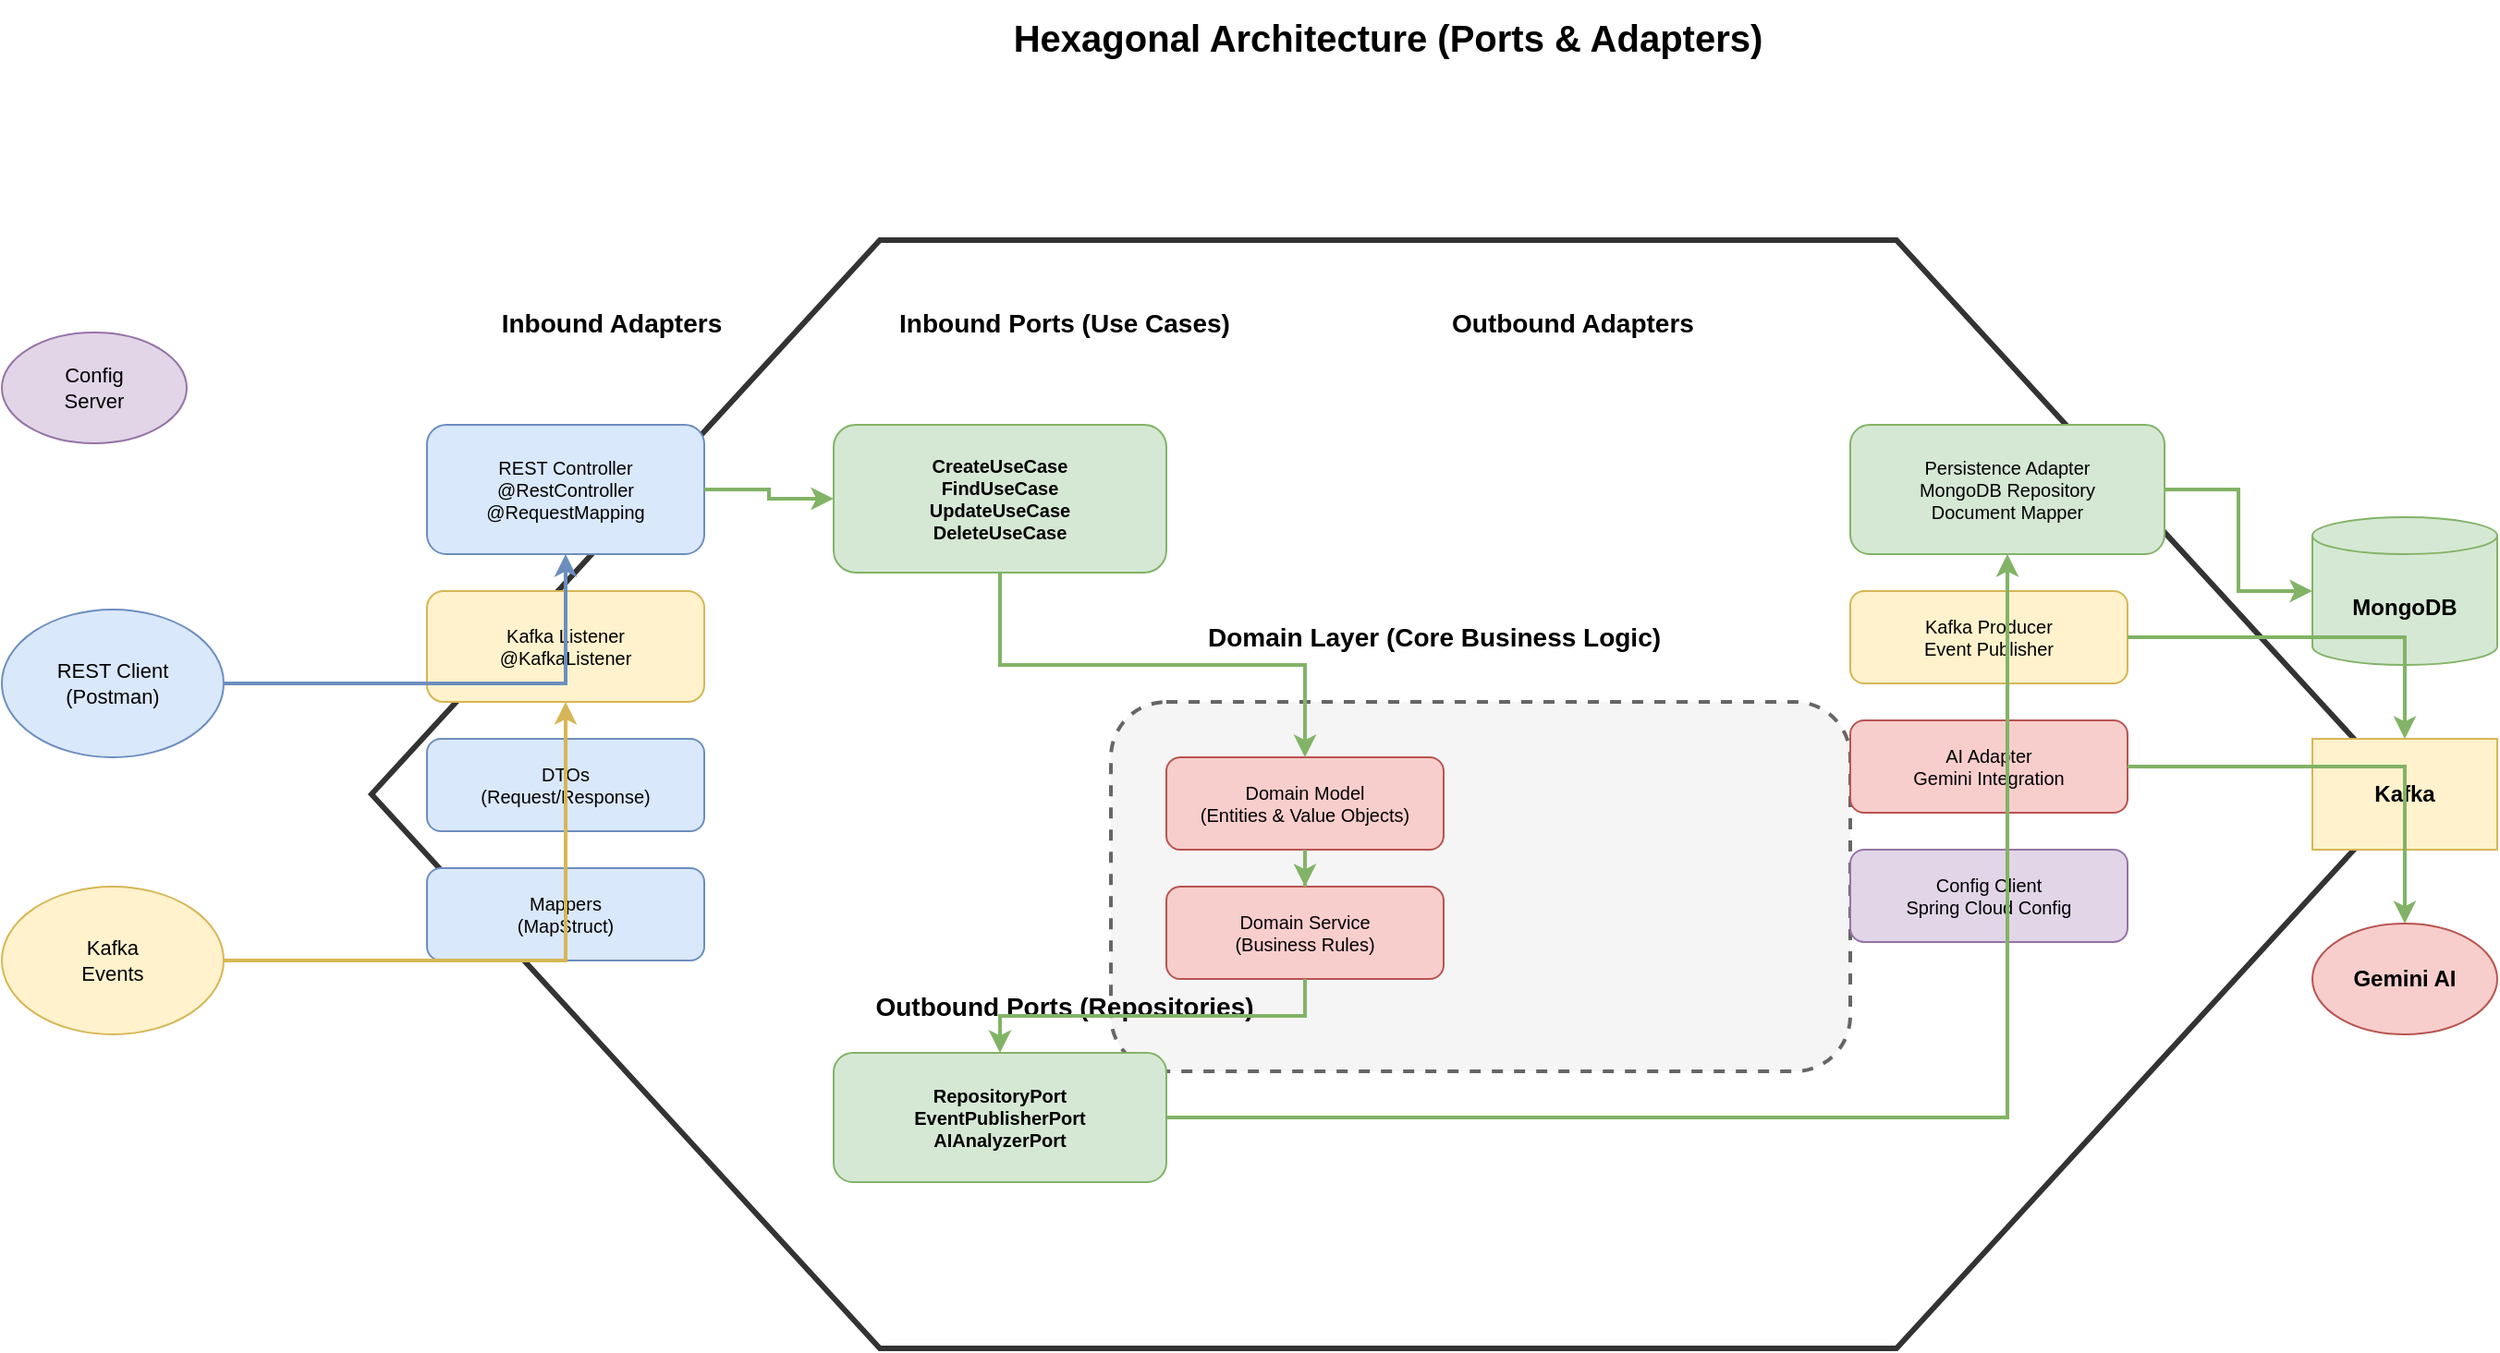
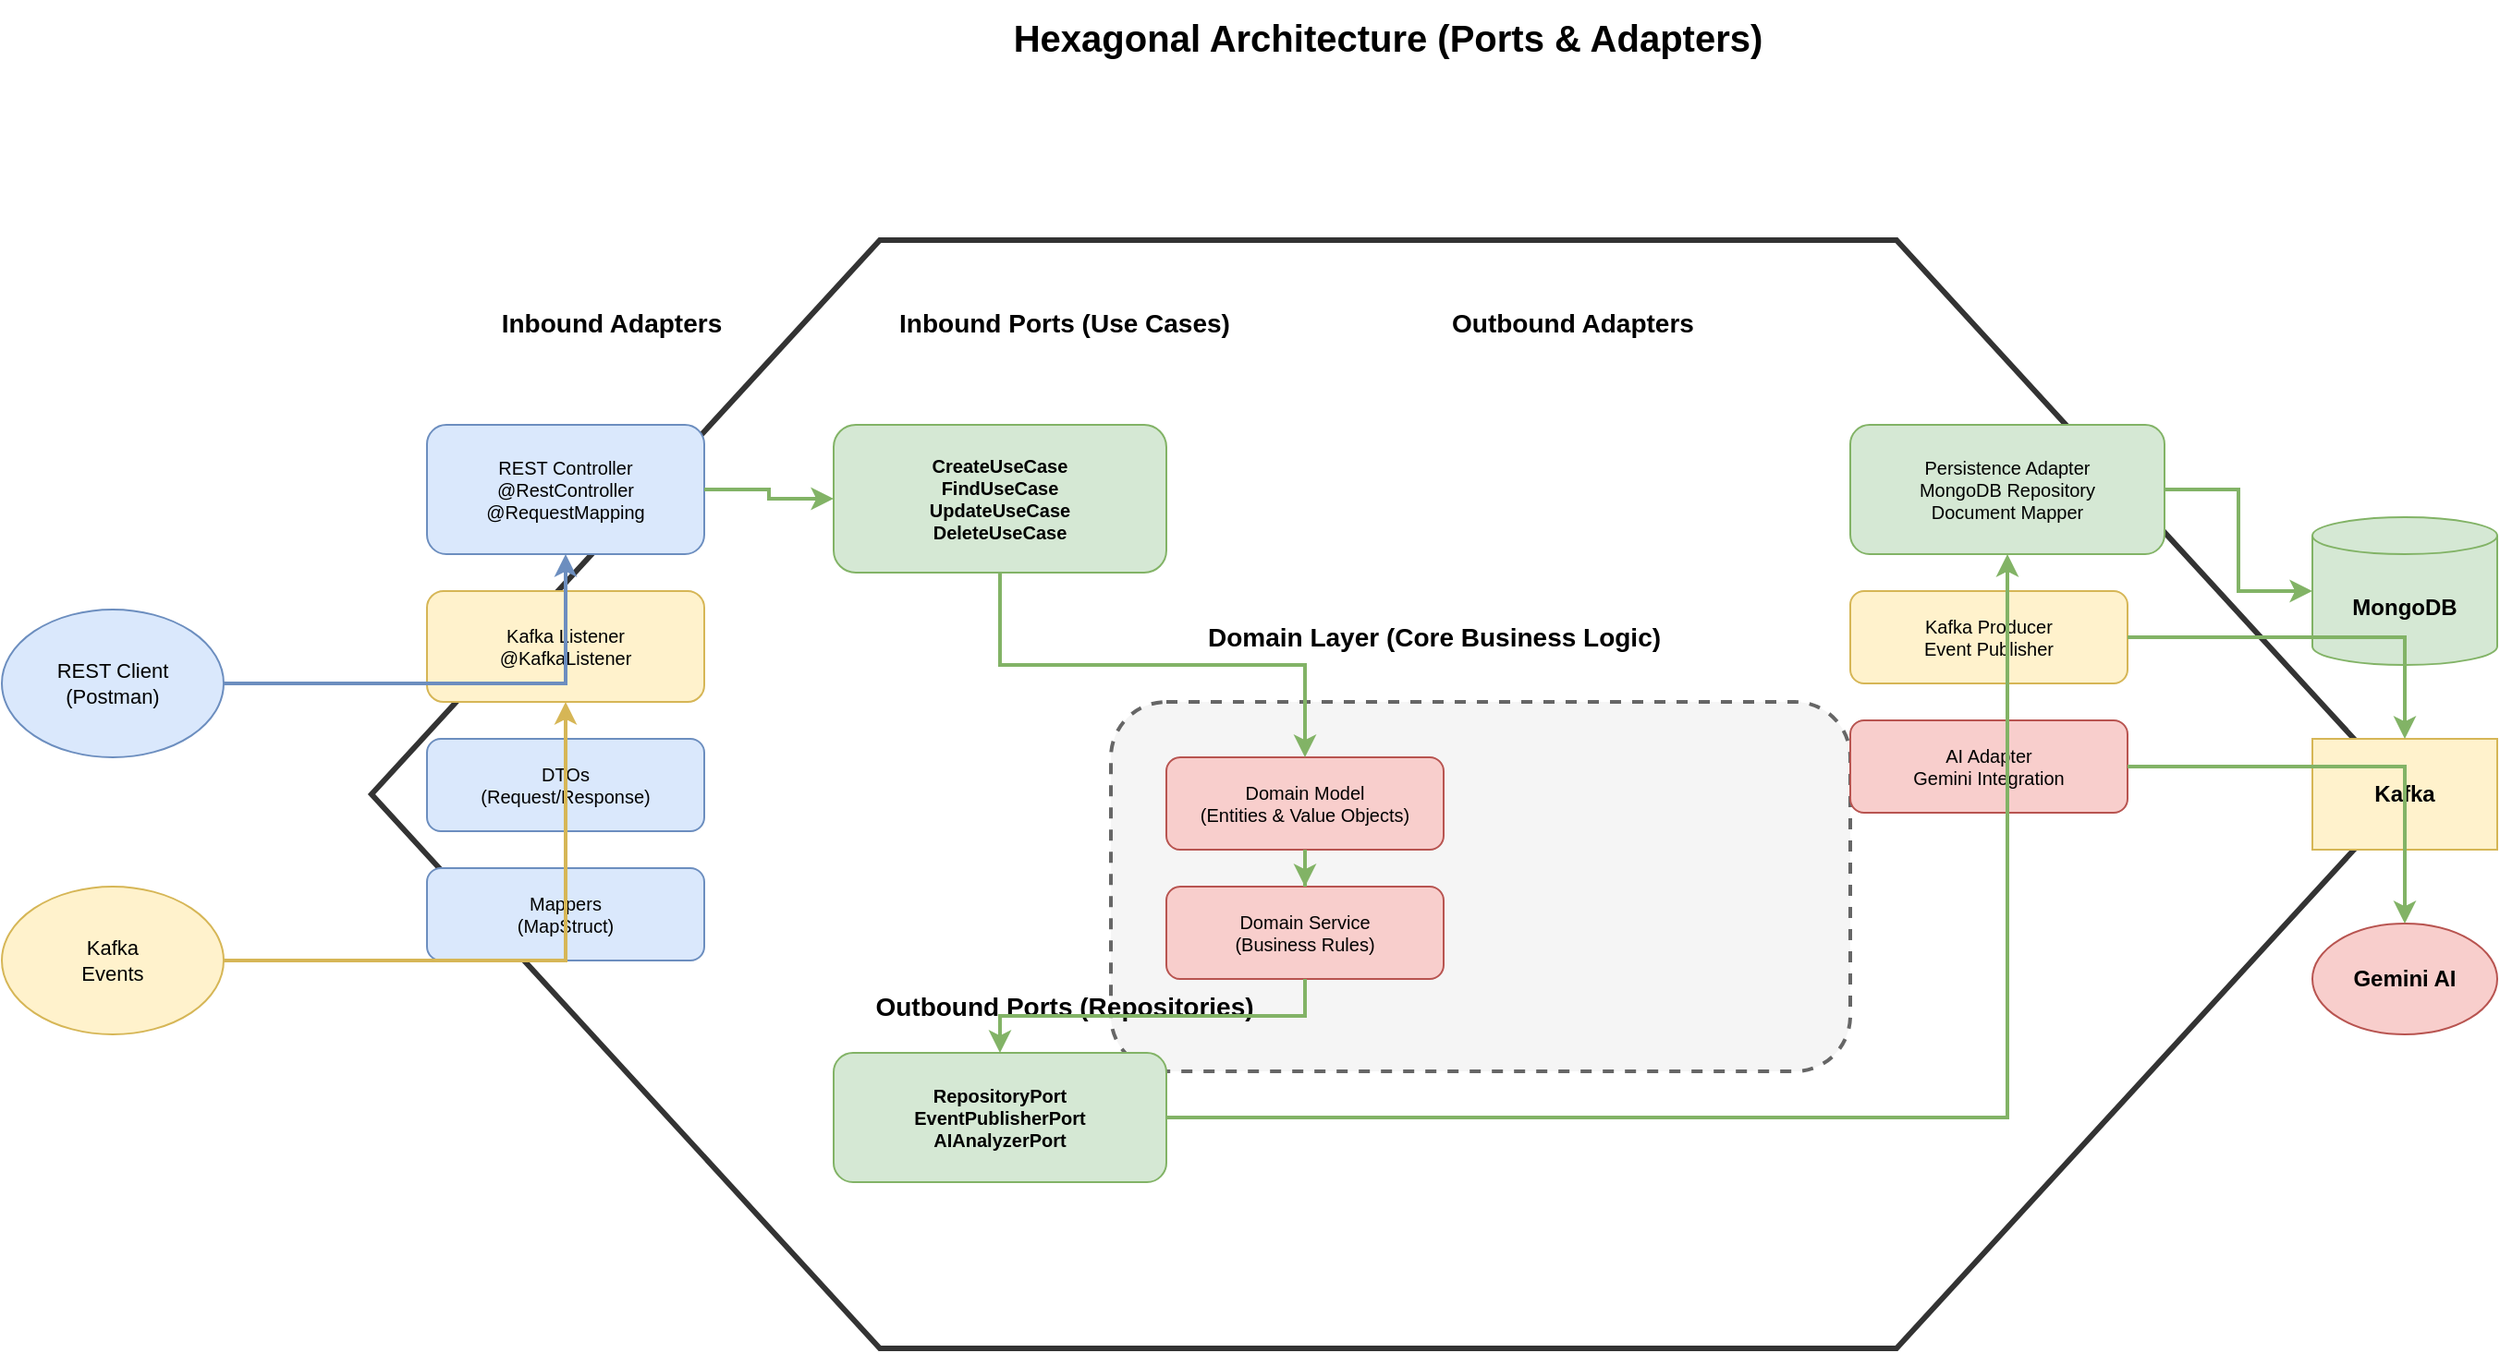
<?xml version="1.0" encoding="UTF-8"?>
<mxfile host="app.diagrams.net" modified="2026-07-03T22:55:00.000Z" agent="5.0" version="21.0.0" type="device">
  <diagram id="hexagonal-architecture" name="Hexagonal Architecture">
    <mxGraphModel dx="1422" dy="762" grid="1" gridSize="10" guides="1" tooltips="1" connect="1" arrows="1" fold="1" page="1" pageScale="1" pageWidth="1600" pageHeight="900" math="0" shadow="0">
      <root>
        <mxCell id="0" />
        <mxCell id="1" parent="0" />

        <!-- Title -->
        <mxCell id="2" value="Hexagonal Architecture (Ports &amp; Adapters)" style="text;html=1;strokeColor=none;fillColor=none;align=center;verticalAlign=middle;whiteSpace=wrap;rounded=0;fontSize=20;fontStyle=1" vertex="1" parent="1">
          <mxGeometry x="400" y="20" width="800" height="40" as="geometry" />
        </mxCell>

        <!-- External Actors -->
        <mxCell id="10" value="REST Client&#xa;(Postman)" style="ellipse;whiteSpace=wrap;html=1;fillColor=#dae8fc;strokeColor=#6c8ebf;fontSize=11" vertex="1" parent="1">
          <mxGeometry x="50" y="350" width="120" height="80" as="geometry" />
        </mxCell>

        <mxCell id="11" value="Kafka&#xa;Events" style="ellipse;whiteSpace=wrap;html=1;fillColor=#fff2cc;strokeColor=#d6b656;fontSize=11" vertex="1" parent="1">
          <mxGeometry x="50" y="500" width="120" height="80" as="geometry" />
-         </mxCell>
- 
-         <mxCell id="12" value="Config&#xa;Server" style="ellipse;whiteSpace=wrap;html=1;fillColor=#e1d5e7;strokeColor=#9673a6;fontSize=11" vertex="1" parent="1">
-           <mxGeometry x="50" y="200" width="100" height="60" as="geometry" />
        </mxCell>

        <!-- Hexagon Container -->
        <mxCell id="20" value="" style="shape=hexagon;perimeter=hexagonPerimeter2;whiteSpace=wrap;html=1;fixedSize=0;fillColor=none;strokeColor=#333333;strokeWidth=3;fontSize=14" vertex="1" parent="1">
          <mxGeometry x="250" y="150" width="1100" height="600" as="geometry" />
        </mxCell>

        <!-- Inbound Adapters -->
        <mxCell id="30" value="Inbound Adapters" style="text;html=1;strokeColor=none;fillColor=none;align=center;verticalAlign=middle;whiteSpace=wrap;rounded=0;fontSize=14;fontStyle=1" vertex="1" parent="1">
          <mxGeometry x="280" y="180" width="200" height="30" as="geometry" />
        </mxCell>

        <mxCell id="31" value="REST Controller&#xa;@RestController&#xa;@RequestMapping" style="rounded=1;whiteSpace=wrap;html=1;fillColor=#dae8fc;strokeColor=#6c8ebf;fontSize=10" vertex="1" parent="1">
          <mxGeometry x="280" y="250" width="150" height="70" as="geometry" />
        </mxCell>

        <mxCell id="32" value="Kafka Listener&#xa;@KafkaListener" style="rounded=1;whiteSpace=wrap;html=1;fillColor=#fff2cc;strokeColor=#d6b656;fontSize=10" vertex="1" parent="1">
          <mxGeometry x="280" y="340" width="150" height="60" as="geometry" />
        </mxCell>

        <mxCell id="33" value="DTOs&#xa;(Request/Response)" style="rounded=1;whiteSpace=wrap;html=1;fillColor=#dae8fc;strokeColor=#6c8ebf;fontSize=10" vertex="1" parent="1">
          <mxGeometry x="280" y="420" width="150" height="50" as="geometry" />
        </mxCell>

        <mxCell id="34" value="Mappers&#xa;(MapStruct)" style="rounded=1;whiteSpace=wrap;html=1;fillColor=#dae8fc;strokeColor=#6c8ebf;fontSize=10" vertex="1" parent="1">
          <mxGeometry x="280" y="490" width="150" height="50" as="geometry" />
        </mxCell>

        <!-- Inbound Ports -->
        <mxCell id="40" value="Inbound Ports (Use Cases)" style="text;html=1;strokeColor=none;fillColor=none;align=center;verticalAlign=middle;whiteSpace=wrap;rounded=0;fontSize=14;fontStyle=1" vertex="1" parent="1">
          <mxGeometry x="500" y="180" width="250" height="30" as="geometry" />
        </mxCell>

        <mxCell id="41" value="CreateUseCase&#xa;FindUseCase&#xa;UpdateUseCase&#xa;DeleteUseCase" style="rounded=1;whiteSpace=wrap;html=1;fillColor=#d5e8d4;strokeColor=#82b366;fontSize=10;fontStyle=1" vertex="1" parent="1">
          <mxGeometry x="500" y="250" width="180" height="80" as="geometry" />
        </mxCell>

        <!-- Domain Layer -->
        <mxCell id="50" value="Domain Layer (Core Business Logic)" style="text;html=1;strokeColor=none;fillColor=none;align=center;verticalAlign=middle;whiteSpace=wrap;rounded=0;fontSize=14;fontStyle=1" vertex="1" parent="1">
          <mxGeometry x="650" y="350" width="350" height="30" as="geometry" />
        </mxCell>

        <mxCell id="51" value="" style="rounded=1;whiteSpace=wrap;html=1;fillColor=#f5f5f5;strokeColor=#666666;strokeWidth=2;dashed=1" vertex="1" parent="1">
          <mxGeometry x="650" y="400" width="400" height="200" as="geometry" />
        </mxCell>

        <mxCell id="52" value="Domain Model&#xa;(Entities &amp; Value Objects)" style="rounded=1;whiteSpace=wrap;html=1;fillColor=#f8cecc;strokeColor=#b85450;fontSize=10" vertex="1" parent="1">
          <mxGeometry x="680" y="430" width="150" height="50" as="geometry" />
        </mxCell>

        <mxCell id="53" value="Domain Service&#xa;(Business Rules)" style="rounded=1;whiteSpace=wrap;html=1;fillColor=#f8cecc;strokeColor=#b85450;fontSize=10" vertex="1" parent="1">
          <mxGeometry x="680" y="500" width="150" height="50" as="geometry" />
        </mxCell>

        <!-- Outbound Ports -->
        <mxCell id="60" value="Outbound Ports (Repositories)" style="text;html=1;strokeColor=none;fillColor=none;align=center;verticalAlign=middle;whiteSpace=wrap;rounded=0;fontSize=14;fontStyle=1" vertex="1" parent="1">
          <mxGeometry x="500" y="550" width="250" height="30" as="geometry" />
        </mxCell>

        <mxCell id="61" value="RepositoryPort&#xa;EventPublisherPort&#xa;AIAnalyzerPort" style="rounded=1;whiteSpace=wrap;html=1;fillColor=#d5e8d4;strokeColor=#82b366;fontSize=10;fontStyle=1" vertex="1" parent="1">
          <mxGeometry x="500" y="590" width="180" height="70" as="geometry" />
        </mxCell>

        <!-- Outbound Adapters -->
        <mxCell id="70" value="Outbound Adapters" style="text;html=1;strokeColor=none;fillColor=none;align=center;verticalAlign=middle;whiteSpace=wrap;rounded=0;fontSize=14;fontStyle=1" vertex="1" parent="1">
          <mxGeometry x="800" y="180" width="200" height="30" as="geometry" />
        </mxCell>

        <mxCell id="71" value="Persistence Adapter&#xa;MongoDB Repository&#xa;Document Mapper" style="rounded=1;whiteSpace=wrap;html=1;fillColor=#d5e8d4;strokeColor=#82b366;fontSize=10" vertex="1" parent="1">
          <mxGeometry x="1050" y="250" width="170" height="70" as="geometry" />
        </mxCell>

        <mxCell id="72" value="Kafka Producer&#xa;Event Publisher" style="rounded=1;whiteSpace=wrap;html=1;fillColor=#fff2cc;strokeColor=#d6b656;fontSize=10" vertex="1" parent="1">
          <mxGeometry x="1050" y="340" width="150" height="50" as="geometry" />
        </mxCell>

        <mxCell id="73" value="AI Adapter&#xa;Gemini Integration" style="rounded=1;whiteSpace=wrap;html=1;fillColor=#f8cecc;strokeColor=#b85450;fontSize=10" vertex="1" parent="1">
          <mxGeometry x="1050" y="410" width="150" height="50" as="geometry" />
        </mxCell>

-         <mxCell id="74" value="Config Client&#xa;Spring Cloud Config" style="rounded=1;whiteSpace=wrap;html=1;fillColor=#e1d5e7;strokeColor=#9673a6;fontSize=10" vertex="1" parent="1">
-           <mxGeometry x="1050" y="480" width="150" height="50" as="geometry" />
-         </mxCell>
- 
        <!-- External Databases -->
        <mxCell id="80" value="MongoDB" style="shape=cylinder3;whiteSpace=wrap;html=1;boundedLbl=1;backgroundOutline=1;size=10;fillColor=#d5e8d4;strokeColor=#82b366;fontSize=12;fontStyle=1" vertex="1" parent="1">
          <mxGeometry x="1300" y="300" width="100" height="80" as="geometry" />
        </mxCell>

        <mxCell id="81" value="Kafka" style="shape=mxgraph.cisco.wan_routers.router;whiteSpace=wrap;html=1;fillColor=#fff2cc;strokeColor=#d6b656;fontSize=12;fontStyle=1" vertex="1" parent="1">
          <mxGeometry x="1300" y="420" width="100" height="60" as="geometry" />
        </mxCell>

        <mxCell id="82" value="Gemini AI" style="ellipse;whiteSpace=wrap;html=1;fillColor=#f8cecc;strokeColor=#b85450;fontSize=12;fontStyle=1" vertex="1" parent="1">
          <mxGeometry x="1300" y="520" width="100" height="60" as="geometry" />
        </mxCell>

        <!-- Connections -->
        <mxCell id="90" style="edgeStyle=orthogonalEdgeStyle;rounded=0;orthogonalLoop=1;jettySize=auto;html=1;strokeWidth=2;strokeColor=#6c8ebf" edge="1" source="10" target="31" parent="1">
          <mxGeometry relative="1" as="geometry" />
        </mxCell>

        <mxCell id="91" style="edgeStyle=orthogonalEdgeStyle;rounded=0;orthogonalLoop=1;jettySize=auto;html=1;strokeWidth=2;strokeColor=#d6b656" edge="1" source="11" target="32" parent="1">
          <mxGeometry relative="1" as="geometry" />
        </mxCell>

        <mxCell id="92" style="edgeStyle=orthogonalEdgeStyle;rounded=0;orthogonalLoop=1;jettySize=auto;html=1;strokeWidth=2;strokeColor=#82b366" edge="1" source="31" target="41" parent="1">
          <mxGeometry relative="1" as="geometry" />
        </mxCell>

        <mxCell id="93" style="edgeStyle=orthogonalEdgeStyle;rounded=0;orthogonalLoop=1;jettySize=auto;html=1;strokeWidth=2;strokeColor=#82b366" edge="1" source="41" target="52" parent="1">
          <mxGeometry relative="1" as="geometry" />
        </mxCell>

        <mxCell id="94" style="edgeStyle=orthogonalEdgeStyle;rounded=0;orthogonalLoop=1;jettySize=auto;html=1;strokeWidth=2;strokeColor=#82b366" edge="1" source="52" target="53" parent="1">
          <mxGeometry relative="1" as="geometry" />
        </mxCell>

        <mxCell id="95" style="edgeStyle=orthogonalEdgeStyle;rounded=0;orthogonalLoop=1;jettySize=auto;html=1;strokeWidth=2;strokeColor=#82b366" edge="1" source="53" target="61" parent="1">
          <mxGeometry relative="1" as="geometry" />
        </mxCell>

        <mxCell id="96" style="edgeStyle=orthogonalEdgeStyle;rounded=0;orthogonalLoop=1;jettySize=auto;html=1;strokeWidth=2;strokeColor=#82b366" edge="1" source="61" target="71" parent="1">
          <mxGeometry relative="1" as="geometry" />
        </mxCell>

        <mxCell id="97" style="edgeStyle=orthogonalEdgeStyle;rounded=0;orthogonalLoop=1;jettySize=auto;html=1;strokeWidth=2;strokeColor=#82b366" edge="1" source="71" target="80" parent="1">
          <mxGeometry relative="1" as="geometry" />
        </mxCell>

        <mxCell id="98" style="edgeStyle=orthogonalEdgeStyle;rounded=0;orthogonalLoop=1;jettySize=auto;html=1;strokeWidth=2;strokeColor=#82b366" edge="1" source="72" target="81" parent="1">
          <mxGeometry relative="1" as="geometry" />
        </mxCell>

        <mxCell id="99" style="edgeStyle=orthogonalEdgeStyle;rounded=0;orthogonalLoop=1;jettySize=auto;html=1;strokeWidth=2;strokeColor=#82b366" edge="1" source="73" target="82" parent="1">
          <mxGeometry relative="1" as="geometry" />
        </mxCell>
      </root>
    </mxGraphModel>
  </diagram>
</mxfile>
